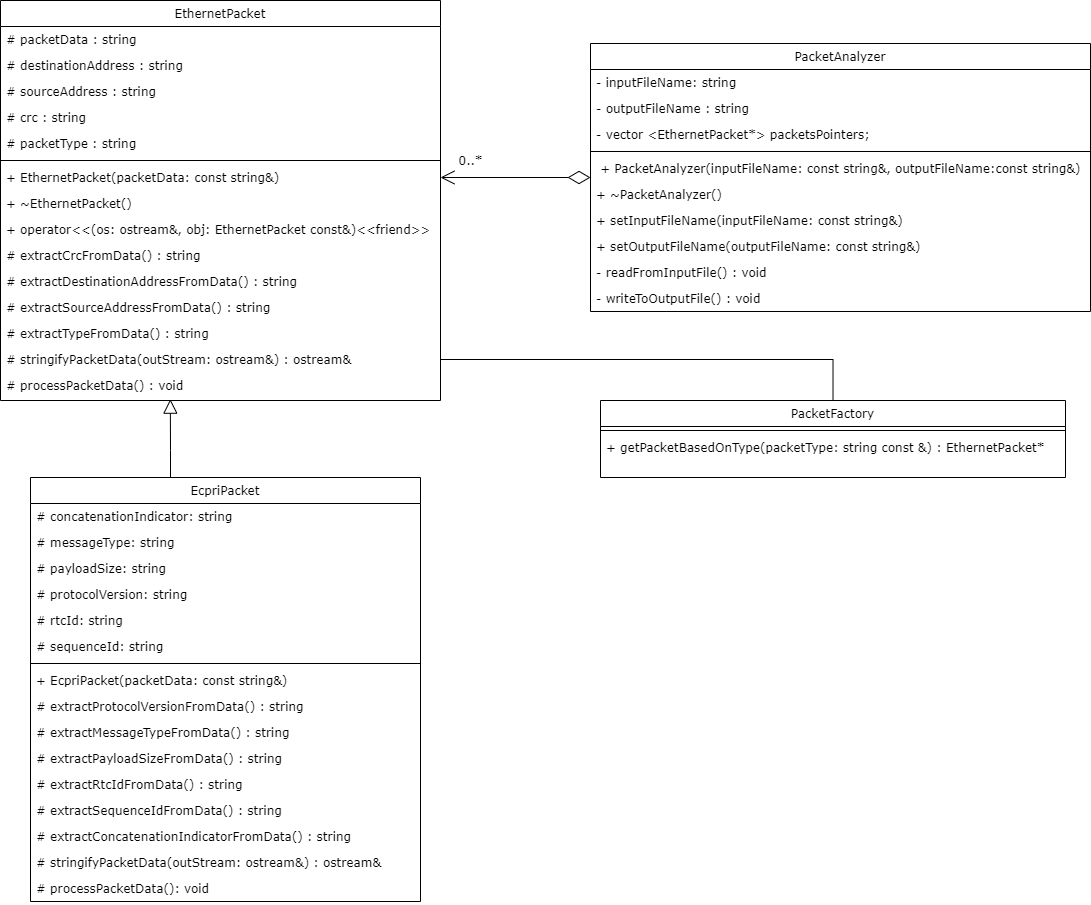
The draw.io diagram UML_Diagram.png in fadiakhaledd/Packet-Analyzer, before a commit. Source tidied: cells renumbered, new cells last; positions are measured from the earlier drawing's top-left corner, leaving out a move shared by most shapes.
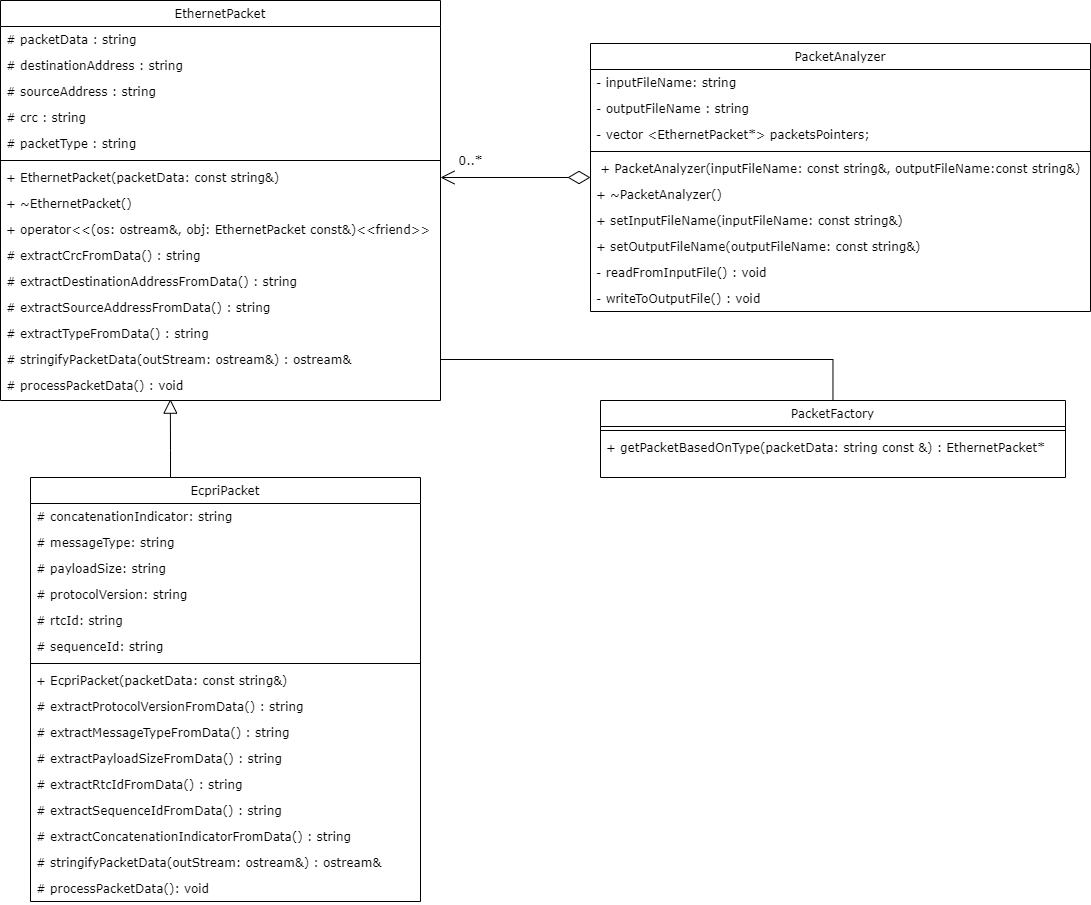
The same file after the commit.

The edit, as a diff of the source:
```diff
@@ -158,7 +158,7 @@
     <mxCell id="50" style="line;html=1;strokeWidth=1;align=left;verticalAlign=middle;spacingTop=-1;spacingLeft=3;spacingRight=3;labelPosition=right;fontFamily=Verdana;" parent="49" vertex="1">
       <mxGeometry y="26" width="465" height="8" as="geometry" />
     </mxCell>
-    <mxCell id="51" value="+ getPacketBasedOnType(packetType: string const &amp;) : EthernetPacket*&#10;" style="text;align=left;verticalAlign=top;spacingLeft=4;spacingRight=4;overflow=hidden;fontFamily=Verdana;" parent="49" vertex="1">
+    <mxCell id="51" value="+ getPacketBasedOnType(packetData: string const &amp;) : EthernetPacket*&#10;" style="text;align=left;verticalAlign=top;spacingLeft=4;spacingRight=4;overflow=hidden;fontFamily=Verdana;" parent="49" vertex="1">
       <mxGeometry y="34" width="465" height="26" as="geometry" />
     </mxCell>
     <mxCell id="52" value="0..*" style="text;html=1;align=center;verticalAlign=middle;fontFamily=Verdana;" parent="1" vertex="1">
```
